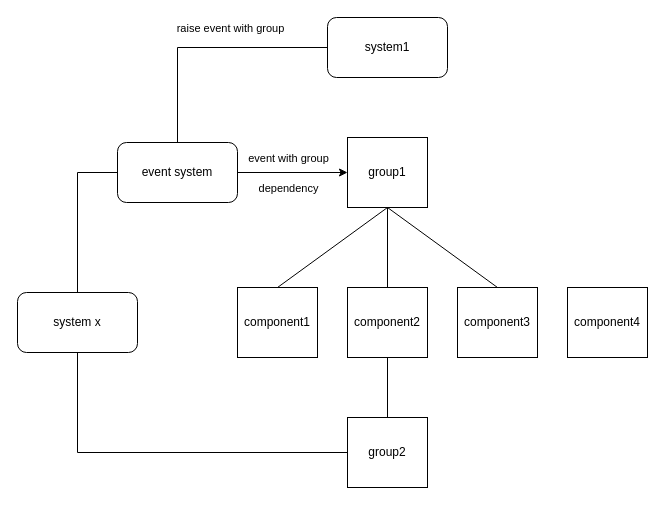
Before: Untitled Diagram.drawio in foxfei83/draw, a draw.io diagram. Source tidied: cells renumbered, new cells numbered last; positions are measured from the earlier drawing's top-left corner, leaving out a move shared by most shapes. Both pictures are drawn from the tidied source at 100%, with x=0, y=0 at pixel (17, 17).
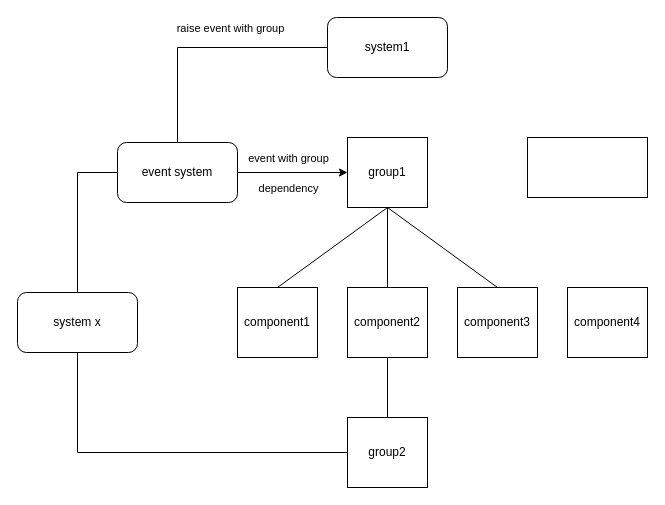
After the change.

Change to the diagram source:
```diff
@@
+    <mxCell id="22" style="rounded=0;whiteSpace=wrap;html=1;" parent="1" vertex="1">
+      <mxGeometry x="510" y="120" width="120" height="60" as="geometry" />
+    </mxCell>
```
